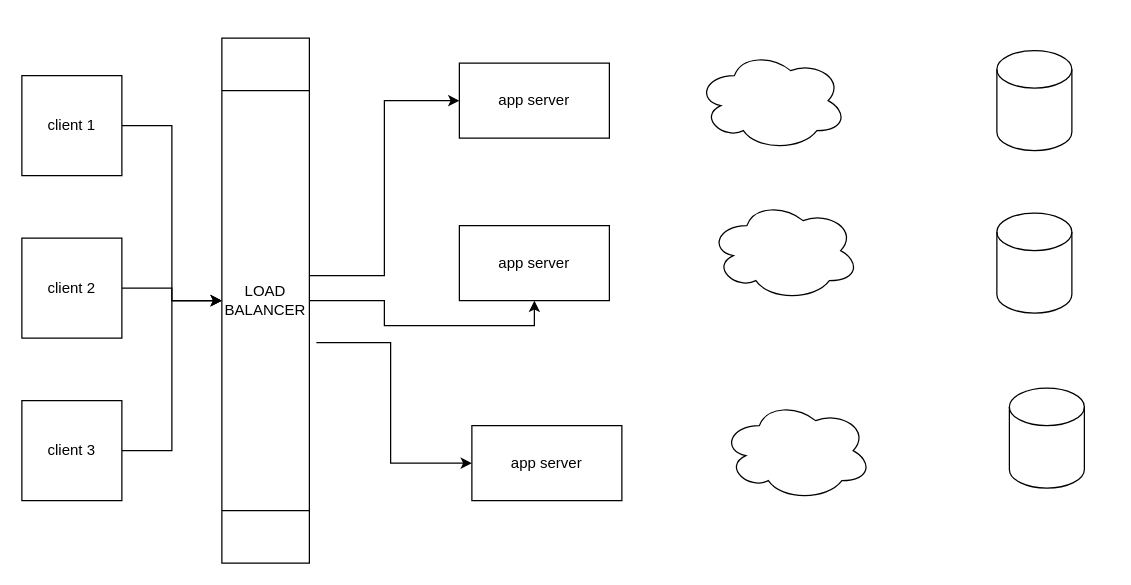
This is SystemDesign/src/Untitled Diagram.drawio from vikass101786/Learning, a draw.io file, before an edit. Source tidied: cells renumbered, new cells numbered last; positions are measured from the earlier drawing's top-left corner, leaving out a move shared by most shapes. Both pictures are drawn from the tidied source at 125%, with x=0, y=0 at pixel (21, 38).
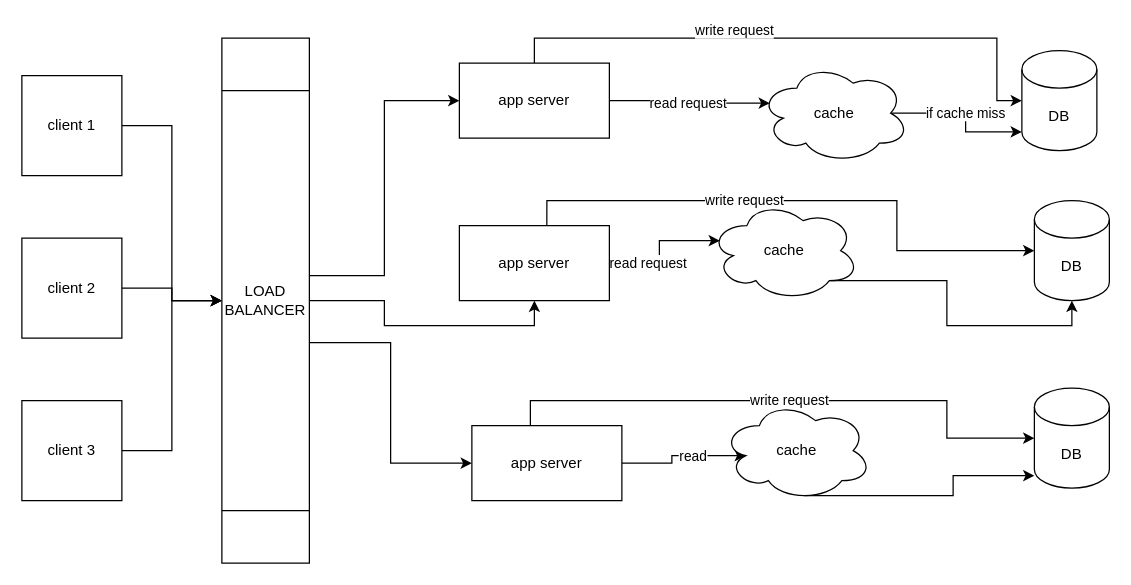
Above is the later version.

Unchanged cells that the change refers to:
```xml
<mxCell id="10" value="LOAD BALANCER" style="shape=process;whiteSpace=wrap;html=1;backgroundOutline=1;direction=south;" parent="1" vertex="1">
  <mxGeometry x="160" width="70" height="420" as="geometry" />
</mxCell>
<mxCell id="11" value="app server" style="rounded=0;whiteSpace=wrap;html=1;" parent="1" vertex="1">
  <mxGeometry x="350" y="20" width="120" height="60" as="geometry" />
</mxCell>
<mxCell id="13" value="app server" style="rounded=0;whiteSpace=wrap;html=1;" parent="1" vertex="1">
  <mxGeometry x="360" y="310" width="120" height="60" as="geometry" />
</mxCell>
<mxCell id="14" value="app server" style="rounded=0;whiteSpace=wrap;html=1;" parent="1" vertex="1">
  <mxGeometry x="350" y="150" width="120" height="60" as="geometry" />
</mxCell>
```

The edit, as a diff of the source:
```diff
@@
+    <mxCell id="21" style="edgeStyle=orthogonalEdgeStyle;rounded=0;jettySize=auto;html=1;entryX=0;entryY=0.5;entryDx=0;entryDy=0;entryPerimeter=0;" parent="1" edge="1" source="11" target="18">
+      <mxGeometry relative="1" as="geometry">
+        <Array as="points">
+          <mxPoint x="410" />
+          <mxPoint x="780" />
+        </Array>
+      </mxGeometry>
+    </mxCell>
+    <mxCell id="22" value="write request" style="edgeLabel;html=1;align=center;verticalAlign=middle;" parent="21" vertex="1">
+      <mxGeometry x="-0.22" y="7" relative="1" as="geometry" />
+    </mxCell>
+    <mxCell id="23" value="read request" style="edgeStyle=orthogonalEdgeStyle;rounded=0;jettySize=auto;html=1;entryX=0.07;entryY=0.4;entryDx=0;entryDy=0;entryPerimeter=0;" parent="1" edge="1" source="11" target="15">
+      <mxGeometry relative="1" as="geometry" />
+    </mxCell>
@@
-    <mxCell id="12" style="edgeStyle=orthogonalEdgeStyle;rounded=0;jettySize=auto;html=1;exitX=0.58;exitY=-0.08;exitDx=0;exitDy=0;exitPerimeter=0;" parent="1" edge="1" source="10" target="13">
+    <mxCell id="12" style="edgeStyle=orthogonalEdgeStyle;rounded=0;jettySize=auto;html=1;exitX=0.58;exitY=0;exitDx=0;exitDy=0;exitPerimeter=0;" parent="1" edge="1" source="10" target="13">
       <mxGeometry relative="1" as="geometry" />
     </mxCell>
+    <mxCell id="24" style="edgeStyle=orthogonalEdgeStyle;rounded=0;jettySize=auto;html=1;entryX=0.16;entryY=0.55;entryDx=0;entryDy=0;entryPerimeter=0;" parent="1" edge="1" source="13" target="16">
+      <mxGeometry relative="1" as="geometry" />
+    </mxCell>
+    <mxCell id="25" value="read" style="edgeLabel;html=1;align=center;verticalAlign=middle;" parent="24" vertex="1">
+      <mxGeometry x="0.17" relative="1" as="geometry" />
+    </mxCell>
@@
+    <mxCell id="26" style="edgeStyle=orthogonalEdgeStyle;rounded=0;jettySize=auto;html=1;entryX=0.07;entryY=0.4;entryDx=0;entryDy=0;entryPerimeter=0;" parent="1" edge="1" source="14" target="17">
+      <mxGeometry relative="1" as="geometry" />
+    </mxCell>
+    <mxCell id="27" value="read request" style="edgeLabel;html=1;align=center;verticalAlign=middle;" parent="26" vertex="1">
+      <mxGeometry x="-0.44" y="1" relative="1" as="geometry" />
+    </mxCell>
@@
+    <mxCell id="28" value="if cache miss" style="edgeStyle=orthogonalEdgeStyle;rounded=0;jettySize=auto;html=1;entryX=0;entryY=1;entryDx=0;entryDy=-15;entryPerimeter=0;exitX=0.875;exitY=0.5;exitDx=0;exitDy=0;exitPerimeter=0;" parent="1" edge="1" source="15" target="18">
+      <mxGeometry relative="1" as="geometry" />
+    </mxCell>
-    <mxCell id="15" style="ellipse;shape=cloud;whiteSpace=wrap;html=1;" parent="1" vertex="1">
-      <mxGeometry x="540" y="10" width="120" height="80" as="geometry" />
+    <mxCell id="15" value="cache" style="ellipse;shape=cloud;whiteSpace=wrap;html=1;" parent="1" vertex="1">
+      <mxGeometry x="590" y="20" width="120" height="80" as="geometry" />
     </mxCell>
-    <mxCell id="16" style="ellipse;shape=cloud;whiteSpace=wrap;html=1;" parent="1" vertex="1">
+    <mxCell id="16" value="cache" style="ellipse;shape=cloud;whiteSpace=wrap;html=1;" parent="1" vertex="1">
       <mxGeometry x="560" y="290" width="120" height="80" as="geometry" />
     </mxCell>
+    <mxCell id="29" style="edgeStyle=orthogonalEdgeStyle;rounded=0;jettySize=auto;html=1;entryX=0.5;entryY=1;entryDx=0;entryDy=0;entryPerimeter=0;exitX=0.8;exitY=0.8;exitDx=0;exitDy=0;exitPerimeter=0;" parent="1" edge="1" source="17" target="19">
+      <mxGeometry relative="1" as="geometry" />
+    </mxCell>
-    <mxCell id="17" style="ellipse;shape=cloud;whiteSpace=wrap;html=1;" parent="1" vertex="1">
+    <mxCell id="17" value="cache" style="ellipse;shape=cloud;whiteSpace=wrap;html=1;" parent="1" vertex="1">
       <mxGeometry x="550" y="130" width="120" height="80" as="geometry" />
     </mxCell>
-    <mxCell id="18" style="shape=cylinder3;whiteSpace=wrap;html=1;boundedLbl=1;backgroundOutline=1;size=15;" parent="1" vertex="1">
-      <mxGeometry x="780" y="10" width="60" height="80" as="geometry" />
+    <mxCell id="18" value="DB" style="shape=cylinder3;whiteSpace=wrap;html=1;boundedLbl=1;backgroundOutline=1;size=15;" parent="1" vertex="1">
+      <mxGeometry x="800" y="10" width="60" height="80" as="geometry" />
     </mxCell>
+    <mxCell id="30" style="edgeStyle=orthogonalEdgeStyle;rounded=0;jettySize=auto;html=1;exitX=0.583;exitY=0;exitDx=0;exitDy=0;exitPerimeter=0;" parent="1" edge="1" source="14" target="19">
+      <mxGeometry relative="1" as="geometry">
+        <Array as="points">
+          <mxPoint x="420" y="130" />
+          <mxPoint x="700" y="130" />
+          <mxPoint x="700" y="170" />
+        </Array>
+      </mxGeometry>
+    </mxCell>
+    <mxCell id="31" value="write request" style="edgeLabel;html=1;align=center;verticalAlign=middle;" parent="30" vertex="1">
+      <mxGeometry x="-0.21" y="1" relative="1" as="geometry" />
+    </mxCell>
-    <mxCell id="19" style="shape=cylinder3;whiteSpace=wrap;html=1;boundedLbl=1;backgroundOutline=1;size=15;" parent="1" vertex="1">
-      <mxGeometry x="780" y="140" width="60" height="80" as="geometry" />
+    <mxCell id="19" value="DB" style="shape=cylinder3;whiteSpace=wrap;html=1;boundedLbl=1;backgroundOutline=1;size=15;" parent="1" vertex="1">
+      <mxGeometry x="810" y="130" width="60" height="80" as="geometry" />
     </mxCell>
+    <mxCell id="32" value="write request" style="edgeStyle=orthogonalEdgeStyle;rounded=0;jettySize=auto;html=1;exitX=0.39;exitY=0.003;exitDx=0;exitDy=0;exitPerimeter=0;" parent="1" edge="1" source="13" target="20">
+      <mxGeometry relative="1" as="geometry">
+        <Array as="points">
+          <mxPoint x="407" y="290" />
+          <mxPoint x="740" y="290" />
+          <mxPoint x="740" y="320" />
+        </Array>
+      </mxGeometry>
+    </mxCell>
+    <mxCell id="33" style="edgeStyle=orthogonalEdgeStyle;rounded=0;jettySize=auto;html=1;exitX=0.55;exitY=0.95;exitDx=0;exitDy=0;exitPerimeter=0;" parent="1" edge="1" source="16" target="20">
+      <mxGeometry relative="1" as="geometry">
+        <Array as="points">
+          <mxPoint x="745" y="366" />
+          <mxPoint x="745" y="350" />
+        </Array>
+      </mxGeometry>
+    </mxCell>
-    <mxCell id="20" style="shape=cylinder3;whiteSpace=wrap;html=1;boundedLbl=1;backgroundOutline=1;size=15;" parent="1" vertex="1">
-      <mxGeometry x="790" y="280" width="60" height="80" as="geometry" />
+    <mxCell id="20" value="DB" style="shape=cylinder3;whiteSpace=wrap;html=1;boundedLbl=1;backgroundOutline=1;size=15;" parent="1" vertex="1">
+      <mxGeometry x="810" y="280" width="60" height="80" as="geometry" />
     </mxCell>
```
